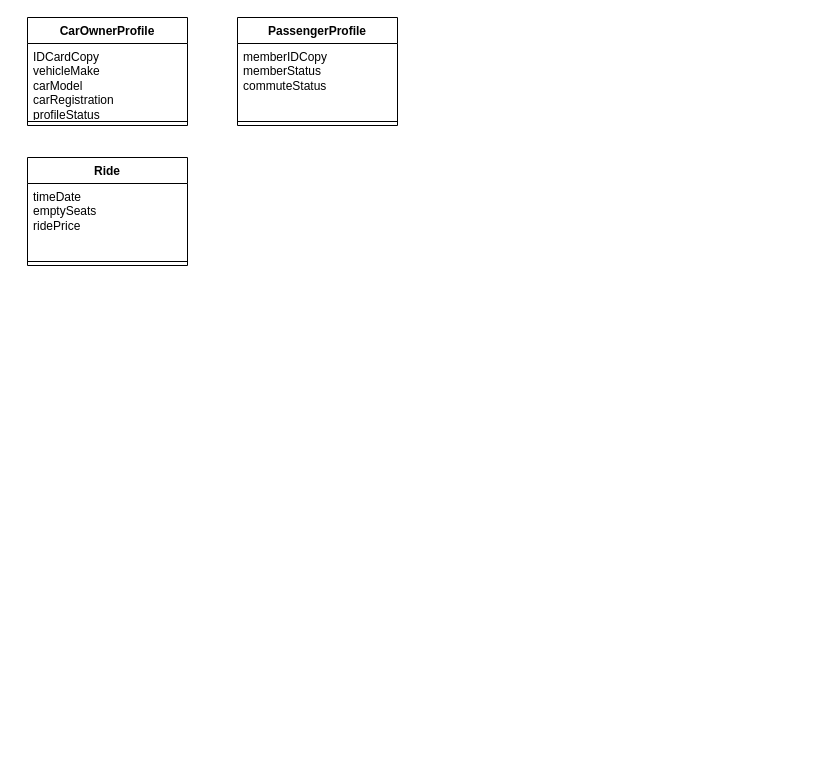
Before: Domain model.drawio in Cluster321/TDDC88, a draw.io diagram. Source tidied: cells renumbered, new cells numbered last; positions are measured from the earlier drawing's top-left corner, leaving out a move shared by most shapes. Both pictures are drawn from the tidied source at 100%, with x=0, y=0 at pixel (27, 17).
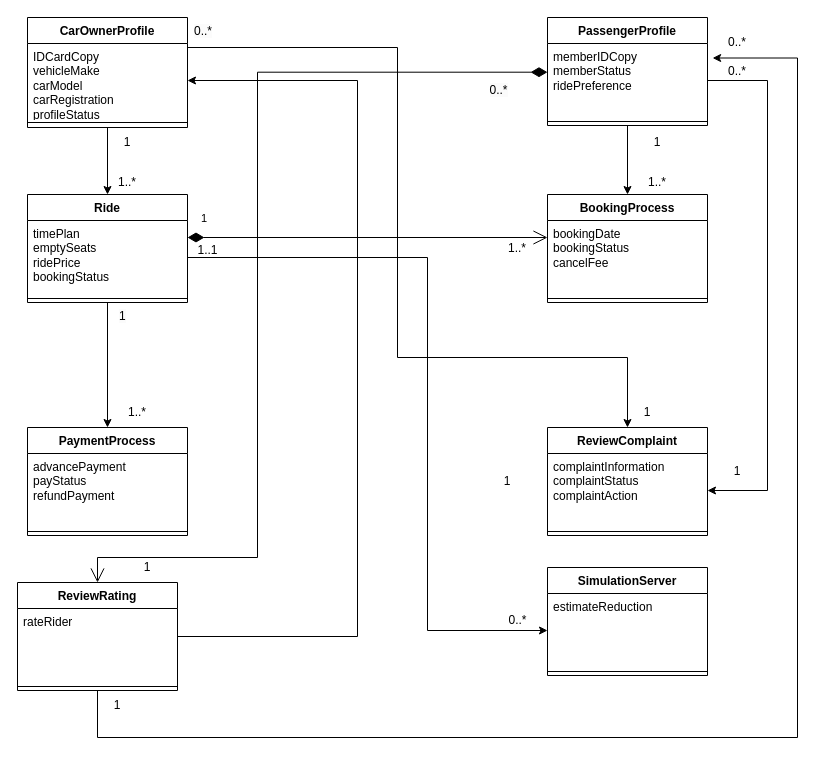
The same page after the edit.

The change refers to these unchanged cells:
```xml
<mxCell id="3" value="&lt;div&gt;IDCardCopy&lt;/div&gt;&lt;div&gt;vehicleMake&lt;/div&gt;&lt;div&gt;carModel&lt;/div&gt;&lt;div&gt;carRegistration&lt;/div&gt;&lt;div&gt;profileStatus&lt;/div&gt;" style="text;strokeColor=none;fillColor=none;align=left;verticalAlign=top;spacingLeft=4;spacingRight=4;overflow=hidden;points=[[0,0.5],[1,0.5]];portConstraint=eastwest;whiteSpace=wrap;html=1;" parent="2" vertex="1">
  <mxGeometry y="26" width="160" height="74" as="geometry" />
</mxCell>
```

Change to the diagram source:
```diff
@@
+    <mxCell id="11" style="edgeStyle=orthogonalEdgeStyle;rounded=0;jettySize=auto;html=1;" parent="1" edge="1" source="2" target="8">
+      <mxGeometry relative="1" as="geometry" />
+    </mxCell>
+    <mxCell id="12" style="edgeStyle=orthogonalEdgeStyle;rounded=0;jettySize=auto;html=1;entryX=0.5;entryY=0;entryDx=0;entryDy=0;" parent="1" edge="1" source="2" target="21">
+      <mxGeometry relative="1" as="geometry">
+        <Array as="points">
+          <mxPoint x="370" y="30" />
+          <mxPoint x="370" y="340" />
+          <mxPoint x="600" y="340" />
+        </Array>
+      </mxGeometry>
+    </mxCell>
     <mxCell id="2" value="CarOwnerProfile" style="swimlane;fontStyle=1;align=center;verticalAlign=top;horizontal=1;startSize=26;whiteSpace=wrap;html=1;" parent="1" vertex="1">
-      <mxGeometry width="160" height="108" as="geometry" />
+      <mxGeometry width="160" height="110" as="geometry" />
     </mxCell>
@@
     <mxCell id="4" style="line;strokeWidth=1;fillColor=none;align=left;verticalAlign=middle;spacingTop=-1;spacingLeft=3;spacingRight=3;labelPosition=right;strokeColor=inherit;" parent="2" vertex="1">
-      <mxGeometry y="100" width="160" height="8" as="geometry" />
+      <mxGeometry y="100" width="160" height="10" as="geometry" />
     </mxCell>
+    <mxCell id="13" style="edgeStyle=orthogonalEdgeStyle;rounded=0;jettySize=auto;html=1;" parent="1" edge="1" source="5" target="15">
+      <mxGeometry relative="1" as="geometry" />
+    </mxCell>
     <mxCell id="5" value="PassengerProfile" style="swimlane;fontStyle=1;align=center;verticalAlign=top;horizontal=1;startSize=26;whiteSpace=wrap;html=1;" parent="1" vertex="1">
-      <mxGeometry x="210" width="160" height="108" as="geometry" />
+      <mxGeometry x="520" width="160" height="108" as="geometry" />
     </mxCell>
-    <mxCell id="6" value="&lt;div&gt;memberIDCopy&lt;/div&gt;&lt;div&gt;memberStatus&lt;/div&gt;&lt;div&gt;commuteStatus&lt;/div&gt;&lt;div&gt;&lt;br&gt;&lt;/div&gt;" style="text;strokeColor=none;fillColor=none;align=left;verticalAlign=top;spacingLeft=4;spacingRight=4;overflow=hidden;points=[[0,0.5],[1,0.5]];portConstraint=eastwest;whiteSpace=wrap;html=1;" parent="5" vertex="1">
+    <mxCell id="6" value="&lt;div&gt;memberIDCopy&lt;/div&gt;&lt;div&gt;memberStatus&lt;/div&gt;&lt;div&gt;ridePreference&lt;/div&gt;&lt;div&gt;&lt;br&gt;&lt;/div&gt;" style="text;strokeColor=none;fillColor=none;align=left;verticalAlign=top;spacingLeft=4;spacingRight=4;overflow=hidden;points=[[0,0.5],[1,0.5]];portConstraint=eastwest;whiteSpace=wrap;html=1;" parent="5" vertex="1">
       <mxGeometry y="26" width="160" height="74" as="geometry" />
     </mxCell>
@@
+    <mxCell id="14" style="edgeStyle=orthogonalEdgeStyle;rounded=0;jettySize=auto;html=1;entryX=0.5;entryY=0;entryDx=0;entryDy=0;" parent="1" edge="1" source="8" target="18">
+      <mxGeometry relative="1" as="geometry" />
+    </mxCell>
     <mxCell id="8" value="Ride" style="swimlane;fontStyle=1;align=center;verticalAlign=top;horizontal=1;startSize=26;whiteSpace=wrap;html=1;" parent="1" vertex="1">
-      <mxGeometry y="140" width="160" height="108" as="geometry" />
+      <mxGeometry y="177" width="160" height="108" as="geometry" />
     </mxCell>
-    <mxCell id="9" value="&lt;div&gt;timeDate&lt;/div&gt;&lt;div&gt;emptySeats&lt;/div&gt;&lt;div&gt;ridePrice&lt;/div&gt;&lt;div&gt;&lt;br&gt;&lt;/div&gt;" style="text;strokeColor=none;fillColor=none;align=left;verticalAlign=top;spacingLeft=4;spacingRight=4;overflow=hidden;points=[[0,0.5],[1,0.5]];portConstraint=eastwest;whiteSpace=wrap;html=1;" parent="8" vertex="1">
+    <mxCell id="9" value="&lt;div&gt;timePlan&lt;/div&gt;&lt;div&gt;emptySeats&lt;/div&gt;&lt;div&gt;ridePrice&lt;/div&gt;&lt;div&gt;bookingStatus&lt;/div&gt;" style="text;strokeColor=none;fillColor=none;align=left;verticalAlign=top;spacingLeft=4;spacingRight=4;overflow=hidden;points=[[0,0.5],[1,0.5]];portConstraint=eastwest;whiteSpace=wrap;html=1;" parent="8" vertex="1">
       <mxGeometry y="26" width="160" height="74" as="geometry" />
     </mxCell>
@@
+    <mxCell id="15" value="BookingProcess" style="swimlane;fontStyle=1;align=center;verticalAlign=top;horizontal=1;startSize=26;whiteSpace=wrap;html=1;" parent="1" vertex="1">
+      <mxGeometry x="520" y="177" width="160" height="108" as="geometry" />
+    </mxCell>
+    <mxCell id="16" value="&lt;div&gt;bookingDate&lt;/div&gt;&lt;div&gt;bookingStatus&lt;/div&gt;&lt;div&gt;cancelFee&lt;/div&gt;" style="text;strokeColor=none;fillColor=none;align=left;verticalAlign=top;spacingLeft=4;spacingRight=4;overflow=hidden;whiteSpace=wrap;html=1;" parent="15" vertex="1">
+      <mxGeometry y="26" width="160" height="74" as="geometry" />
+    </mxCell>
+    <mxCell id="17" style="line;strokeWidth=1;fillColor=none;align=left;verticalAlign=middle;spacingTop=-1;spacingLeft=3;spacingRight=3;labelPosition=right;strokeColor=inherit;" parent="15" vertex="1">
+      <mxGeometry y="100" width="160" height="8" as="geometry" />
+    </mxCell>
+    <mxCell id="18" value="PaymentProcess" style="swimlane;fontStyle=1;align=center;verticalAlign=top;horizontal=1;startSize=26;whiteSpace=wrap;html=1;" parent="1" vertex="1">
+      <mxGeometry y="410" width="160" height="108" as="geometry" />
+    </mxCell>
+    <mxCell id="19" value="&lt;div&gt;&lt;span style=&quot;background-color: initial;&quot;&gt;advancePayment&lt;/span&gt;&lt;/div&gt;&lt;div&gt;payStatus&lt;/div&gt;&lt;div&gt;refundPayment&lt;/div&gt;" style="text;strokeColor=none;fillColor=none;align=left;verticalAlign=top;spacingLeft=4;spacingRight=4;overflow=hidden;whiteSpace=wrap;html=1;" parent="18" vertex="1">
+      <mxGeometry y="26" width="160" height="74" as="geometry" />
+    </mxCell>
+    <mxCell id="20" style="line;strokeWidth=1;fillColor=none;align=left;verticalAlign=middle;spacingTop=-1;spacingLeft=3;spacingRight=3;labelPosition=right;strokeColor=inherit;" parent="18" vertex="1">
+      <mxGeometry y="100" width="160" height="8" as="geometry" />
+    </mxCell>
+    <mxCell id="21" value="ReviewComplaint" style="swimlane;fontStyle=1;align=center;verticalAlign=top;horizontal=1;startSize=26;whiteSpace=wrap;html=1;" parent="1" vertex="1">
+      <mxGeometry x="520" y="410" width="160" height="108" as="geometry" />
+    </mxCell>
+    <mxCell id="22" value="&lt;div&gt;&lt;span style=&quot;background-color: initial;&quot;&gt;complaintInformation&lt;/span&gt;&lt;/div&gt;&lt;div&gt;&lt;span style=&quot;background-color: initial;&quot;&gt;complaintStatus&lt;/span&gt;&lt;br&gt;&lt;/div&gt;&lt;div&gt;complaintAction&lt;br&gt;&lt;/div&gt;" style="text;strokeColor=none;fillColor=none;align=left;verticalAlign=top;spacingLeft=4;spacingRight=4;overflow=hidden;points=[[0,0.5],[1,0.5]];portConstraint=eastwest;whiteSpace=wrap;html=1;" parent="21" vertex="1">
+      <mxGeometry y="26" width="160" height="74" as="geometry" />
+    </mxCell>
+    <mxCell id="23" style="line;strokeWidth=1;fillColor=none;align=left;verticalAlign=middle;spacingTop=-1;spacingLeft=3;spacingRight=3;labelPosition=right;strokeColor=inherit;" parent="21" vertex="1">
+      <mxGeometry y="100" width="160" height="8" as="geometry" />
+    </mxCell>
+    <mxCell id="24" style="edgeStyle=orthogonalEdgeStyle;rounded=0;jettySize=auto;html=1;entryX=1;entryY=0.5;entryDx=0;entryDy=0;" parent="1" edge="1" source="25" target="3">
+      <mxGeometry relative="1" as="geometry">
+        <Array as="points">
+          <mxPoint x="330" y="619" />
+          <mxPoint x="330" y="63" />
+        </Array>
+      </mxGeometry>
+    </mxCell>
+    <mxCell id="25" value="ReviewRating" style="swimlane;fontStyle=1;align=center;verticalAlign=top;horizontal=1;startSize=26;whiteSpace=wrap;html=1;" parent="1" vertex="1">
+      <mxGeometry x="-10" y="565" width="160" height="108" as="geometry" />
+    </mxCell>
+    <mxCell id="26" value="&lt;div&gt;rateRider&lt;/div&gt;&lt;div&gt;&lt;br&gt;&lt;/div&gt;" style="text;strokeColor=none;fillColor=none;align=left;verticalAlign=top;spacingLeft=4;spacingRight=4;overflow=hidden;whiteSpace=wrap;html=1;" parent="25" vertex="1">
+      <mxGeometry y="26" width="160" height="74" as="geometry" />
+    </mxCell>
+    <mxCell id="27" style="line;strokeWidth=1;fillColor=none;align=left;verticalAlign=middle;spacingTop=-1;spacingLeft=3;spacingRight=3;labelPosition=right;points=[];portConstraint=eastwest;strokeColor=inherit;" parent="25" vertex="1">
+      <mxGeometry y="100" width="160" height="8" as="geometry" />
+    </mxCell>
+    <mxCell id="28" value="SimulationServer" style="swimlane;fontStyle=1;align=center;verticalAlign=top;horizontal=1;startSize=26;whiteSpace=wrap;html=1;" parent="1" vertex="1">
+      <mxGeometry x="520" y="550" width="160" height="108" as="geometry" />
+    </mxCell>
+    <mxCell id="29" value="&lt;div&gt;estimateReduction&lt;/div&gt;" style="text;strokeColor=none;fillColor=none;align=left;verticalAlign=top;spacingLeft=4;spacingRight=4;overflow=hidden;points=[[0,0.5],[1,0.5]];portConstraint=eastwest;whiteSpace=wrap;html=1;" parent="28" vertex="1">
+      <mxGeometry y="26" width="160" height="74" as="geometry" />
+    </mxCell>
+    <mxCell id="30" style="line;strokeWidth=1;fillColor=none;align=left;verticalAlign=middle;spacingTop=-1;spacingLeft=3;spacingRight=3;labelPosition=right;strokeColor=inherit;" parent="28" vertex="1">
+      <mxGeometry y="100" width="160" height="8" as="geometry" />
+    </mxCell>
+    <mxCell id="31" value="1..*" style="text;html=1;align=center;verticalAlign=middle;whiteSpace=wrap;rounded=0;" parent="1" vertex="1">
+      <mxGeometry x="70" y="160" width="60" height="10" as="geometry" />
+    </mxCell>
+    <mxCell id="32" value="1" style="text;html=1;align=center;verticalAlign=middle;whiteSpace=wrap;rounded=0;" parent="1" vertex="1">
+      <mxGeometry x="70" y="120" width="60" height="10" as="geometry" />
+    </mxCell>
+    <mxCell id="33" value="1" style="text;html=1;align=center;verticalAlign=middle;whiteSpace=wrap;rounded=0;" parent="1" vertex="1">
+      <mxGeometry x="600" y="120" width="60" height="10" as="geometry" />
+    </mxCell>
+    <mxCell id="34" value="1..*" style="text;html=1;align=center;verticalAlign=middle;whiteSpace=wrap;rounded=0;" parent="1" vertex="1">
+      <mxGeometry x="600" y="160" width="60" height="10" as="geometry" />
+    </mxCell>
+    <mxCell id="35" value="1..*" style="text;html=1;align=center;verticalAlign=middle;whiteSpace=wrap;rounded=0;" parent="1" vertex="1">
+      <mxGeometry x="460" y="226" width="60" height="10" as="geometry" />
+    </mxCell>
+    <mxCell id="36" value="&lt;span style=&quot;color: rgb(0, 0, 0); font-family: Helvetica; font-size: 12px; font-style: normal; font-variant-ligatures: normal; font-variant-caps: normal; font-weight: 400; letter-spacing: normal; orphans: 2; text-align: center; text-indent: 0px; text-transform: none; widows: 2; word-spacing: 0px; -webkit-text-stroke-width: 0px; white-space: normal; background-color: rgb(251, 251, 251); text-decoration-thickness: initial; text-decoration-style: initial; text-decoration-color: initial; display: inline !important; float: none;&quot;&gt;1&lt;/span&gt;" style="text;whiteSpace=wrap;html=1;" parent="1" vertex="1">
+      <mxGeometry x="90" y="285" width="40" height="40" as="geometry" />
+    </mxCell>
+    <mxCell id="37" value="1..*" style="text;html=1;align=center;verticalAlign=middle;whiteSpace=wrap;rounded=0;" parent="1" vertex="1">
+      <mxGeometry x="80" y="390" width="60" height="10" as="geometry" />
+    </mxCell>
+    <mxCell id="38" style="edgeStyle=orthogonalEdgeStyle;rounded=0;jettySize=auto;html=1;entryX=1.032;entryY=0.196;entryDx=0;entryDy=0;entryPerimeter=0;" parent="1" edge="1" source="27" target="6">
+      <mxGeometry relative="1" as="geometry">
+        <Array as="points">
+          <mxPoint x="70" y="720" />
+          <mxPoint x="770" y="720" />
+          <mxPoint x="770" y="41" />
+        </Array>
+      </mxGeometry>
+    </mxCell>
+    <mxCell id="39" value="1" style="text;html=1;align=center;verticalAlign=middle;whiteSpace=wrap;rounded=0;" parent="1" vertex="1">
+      <mxGeometry x="60" y="673" width="60" height="30" as="geometry" />
+    </mxCell>
+    <mxCell id="40" value="0..*" style="text;html=1;align=center;verticalAlign=middle;whiteSpace=wrap;rounded=0;" parent="1" vertex="1">
+      <mxGeometry x="680" y="20" width="60" height="10" as="geometry" />
+    </mxCell>
+    <mxCell id="41" value="1" style="text;html=1;align=center;verticalAlign=middle;whiteSpace=wrap;rounded=0;" parent="1" vertex="1">
+      <mxGeometry x="450" y="459" width="60" height="10" as="geometry" />
+    </mxCell>
+    <mxCell id="42" value="&lt;span style=&quot;color: rgb(0, 0, 0); font-family: Helvetica; font-size: 12px; font-style: normal; font-variant-ligatures: normal; font-variant-caps: normal; font-weight: 400; letter-spacing: normal; orphans: 2; text-align: center; text-indent: 0px; text-transform: none; widows: 2; word-spacing: 0px; -webkit-text-stroke-width: 0px; white-space: normal; background-color: rgb(251, 251, 251); text-decoration-thickness: initial; text-decoration-style: initial; text-decoration-color: initial; display: inline !important; float: none;&quot;&gt;0..*&lt;/span&gt;" style="text;whiteSpace=wrap;html=1;" parent="1" vertex="1">
+      <mxGeometry x="165" width="50" height="40" as="geometry" />
+    </mxCell>
+    <mxCell id="43" value="1" style="text;html=1;align=center;verticalAlign=middle;whiteSpace=wrap;rounded=0;" parent="1" vertex="1">
+      <mxGeometry x="590" y="390" width="60" height="10" as="geometry" />
+    </mxCell>
+    <mxCell id="44" value="1" style="endArrow=open;html=1;endSize=12;startArrow=diamondThin;startSize=14;startFill=1;edgeStyle=orthogonalEdgeStyle;align=left;verticalAlign=bottom;rounded=0;entryX=0;entryY=0.5;entryDx=0;entryDy=0;" parent="1" edge="1">
+      <mxGeometry x="-0.94" y="10" relative="1" as="geometry">
+        <mxPoint x="160" y="220" as="sourcePoint" />
+        <mxPoint x="520" y="220" as="targetPoint" />
+        <mxPoint x="1" as="offset" />
+      </mxGeometry>
+    </mxCell>
+    <mxCell id="45" style="endArrow=open;html=1;endSize=12;startArrow=diamondThin;startSize=14;startFill=1;edgeStyle=orthogonalEdgeStyle;align=left;verticalAlign=bottom;rounded=0;" parent="1" edge="1" target="25">
+      <mxGeometry x="-0.88" y="41" relative="1" as="geometry">
+        <mxPoint x="520" y="54.7" as="sourcePoint" />
+        <Array as="points">
+          <mxPoint x="230" y="55" />
+          <mxPoint x="230" y="540" />
+          <mxPoint x="70" y="540" />
+        </Array>
+        <mxPoint x="1" as="offset" />
+      </mxGeometry>
+    </mxCell>
+    <mxCell id="46" value="&lt;span style=&quot;font-size: 12px; text-wrap: wrap; background-color: rgb(251, 251, 251);&quot;&gt;0..*&lt;/span&gt;" style="edgeLabel;html=1;align=center;verticalAlign=middle;" parent="45" vertex="1">
+      <mxGeometry x="-0.9" y="1" relative="1" as="geometry">
+        <mxPoint x="-2" y="17" as="offset" />
+      </mxGeometry>
+    </mxCell>
+    <mxCell id="47" value="1" style="text;html=1;align=center;verticalAlign=middle;whiteSpace=wrap;rounded=0;" parent="1" vertex="1">
+      <mxGeometry x="90" y="535" width="60" height="30" as="geometry" />
+    </mxCell>
+    <mxCell id="48" style="edgeStyle=orthogonalEdgeStyle;rounded=0;jettySize=auto;html=1;entryX=0;entryY=0.5;entryDx=0;entryDy=0;" parent="1" edge="1" source="9" target="29">
+      <mxGeometry relative="1" as="geometry">
+        <Array as="points">
+          <mxPoint x="400" y="240" />
+          <mxPoint x="400" y="613" />
+        </Array>
+      </mxGeometry>
+    </mxCell>
+    <mxCell id="49" value="1..1" style="text;html=1;align=center;verticalAlign=middle;strokeColor=none;fillColor=none;" parent="1" vertex="1">
+      <mxGeometry x="160" y="218" width="40" height="30" as="geometry" />
+    </mxCell>
+    <mxCell id="50" value="0..*" style="text;html=1;align=center;verticalAlign=middle;strokeColor=none;fillColor=none;" parent="1" vertex="1">
+      <mxGeometry x="470" y="588" width="40" height="30" as="geometry" />
+    </mxCell>
+    <mxCell id="51" style="edgeStyle=orthogonalEdgeStyle;rounded=0;jettySize=auto;html=1;entryX=1;entryY=0.5;entryDx=0;entryDy=0;" parent="1" edge="1" source="6" target="22">
+      <mxGeometry relative="1" as="geometry">
+        <Array as="points">
+          <mxPoint x="740" y="63" />
+          <mxPoint x="740" y="473" />
+        </Array>
+      </mxGeometry>
+    </mxCell>
+    <mxCell id="52" value="0..*" style="text;html=1;align=center;verticalAlign=middle;whiteSpace=wrap;rounded=0;" parent="1" vertex="1">
+      <mxGeometry x="680" y="49" width="60" height="10" as="geometry" />
+    </mxCell>
+    <mxCell id="53" value="1" style="text;html=1;align=center;verticalAlign=middle;whiteSpace=wrap;rounded=0;" parent="1" vertex="1">
+      <mxGeometry x="680" y="449" width="60" height="10" as="geometry" />
+    </mxCell>
```
